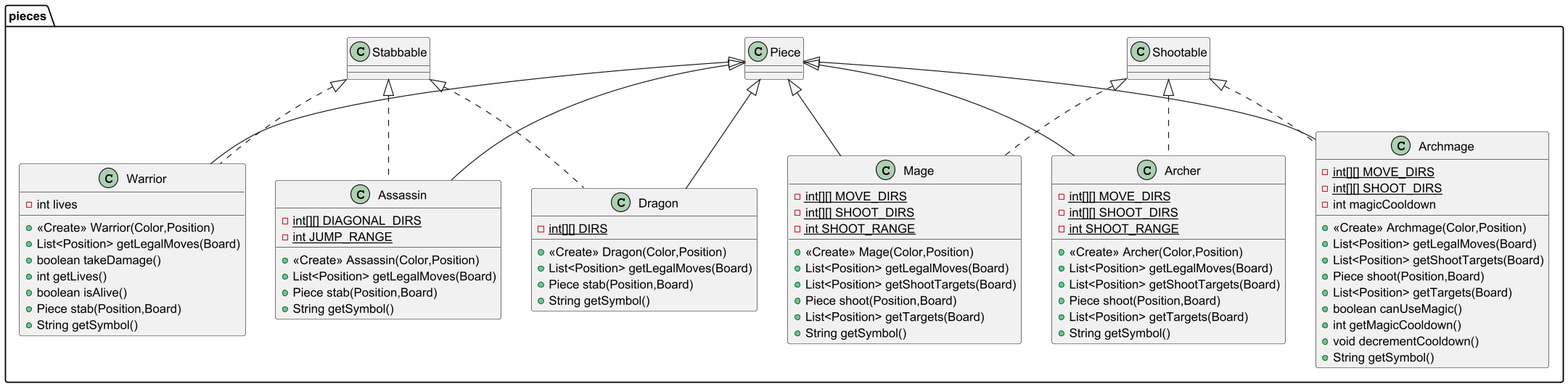
Above: src/main/resources/pieces_diagram.png in muanxng/Kuroshiro (PlantUML), before the change.
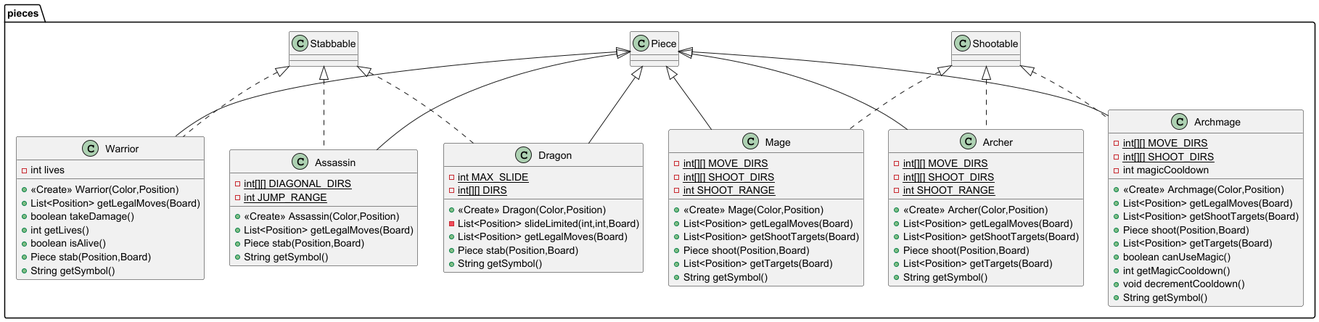
Above is the later version.

Change to the diagram source:
```diff
@@ -23,8 +23,10 @@
 
 
 class pieces.Dragon {
+- {static} int MAX_SLIDE
 - {static} int[][] DIRS
 + <<Create>> Dragon(Color,Position)
+- List<Position> slideLimited(int,int,Board)
 + List<Position> getLegalMoves(Board)
 + Piece stab(Position,Board)
 + String getSymbol()
```
